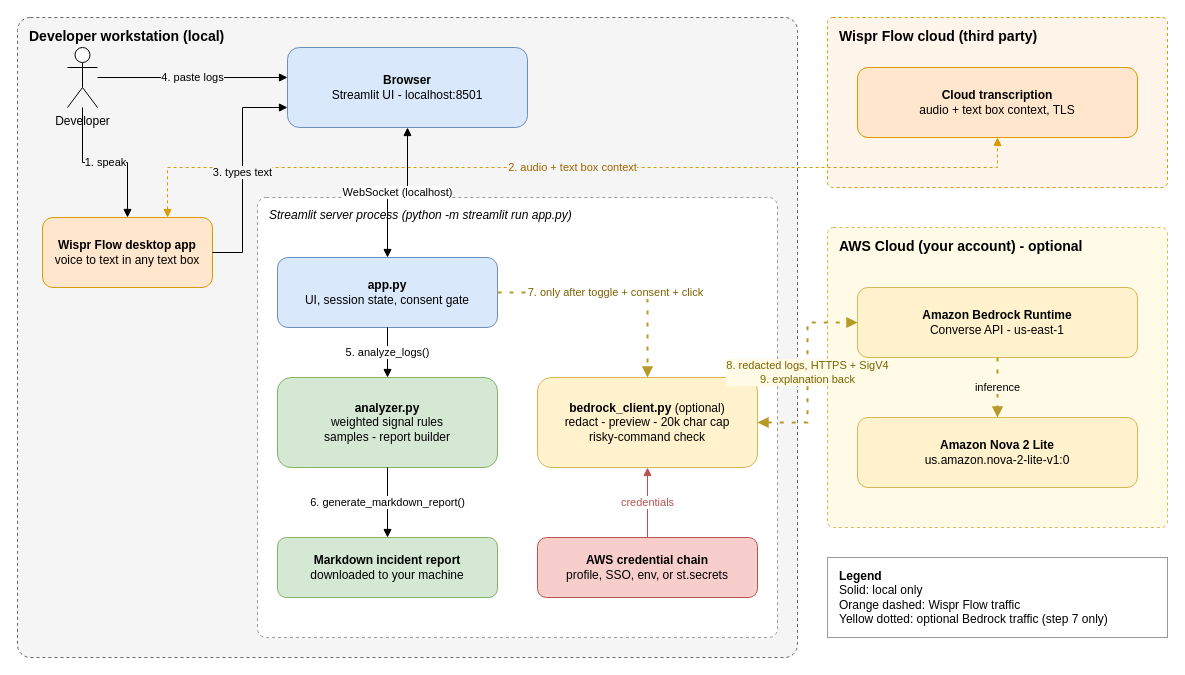
Above: docs/architecture.drawio in dineshrajdhanapathyDD/VoiceOps-AI (draw.io), before the change. Source tidied: cells renumbered, new cells numbered last; positions are measured from the earlier drawing's top-left corner, leaving out a move shared by most shapes. Both pictures are drawn from the tidied source at 100%, with x=0, y=0 at pixel (17, 17).
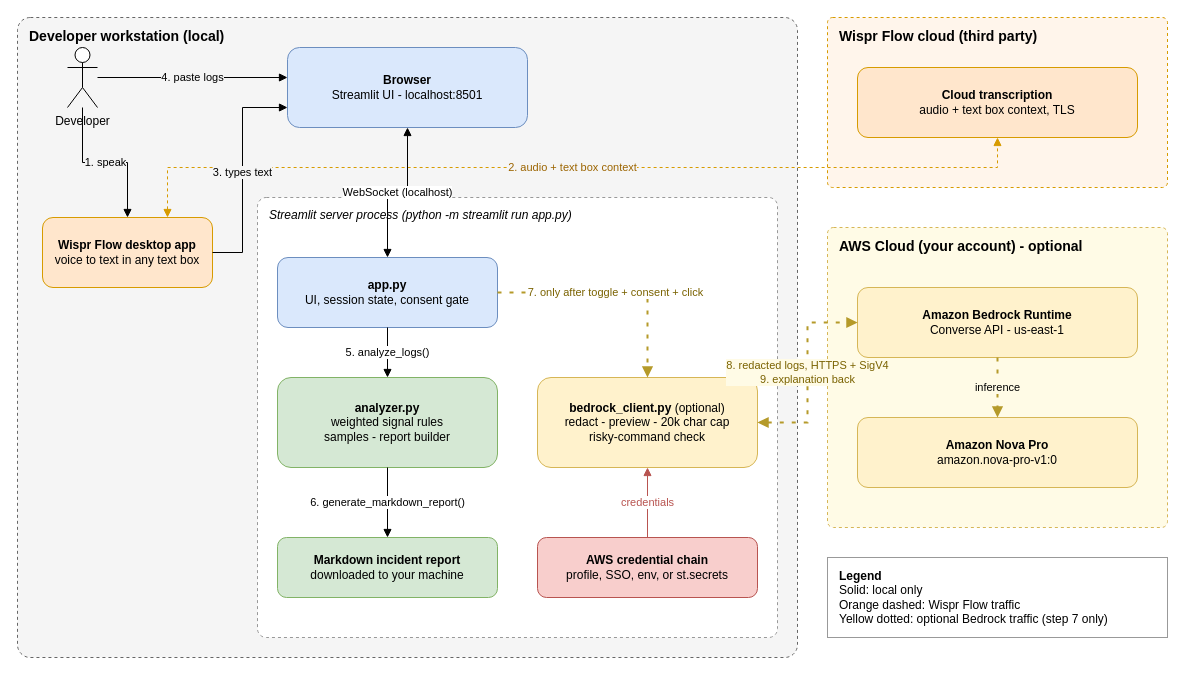
Above is the later version.

What changed in the source:
```diff
@@
-    <mxCell id="16" value="&lt;b&gt;Amazon Nova 2 Lite&lt;/b&gt;&lt;br&gt;us.amazon.nova-2-lite-v1:0" style="rounded=1;whiteSpace=wrap;html=1;fillColor=#fff2cc;strokeColor=#d6b656;" parent="1" vertex="1">
+    <mxCell id="16" value="&lt;b&gt;Amazon Nova Pro&lt;/b&gt;&lt;br&gt;amazon.nova-pro-v1:0" style="rounded=1;whiteSpace=wrap;html=1;fillColor=#fff2cc;strokeColor=#d6b656;" parent="1" vertex="1">
       <mxGeometry x="840" y="400" width="280" height="70" as="geometry" />
     </mxCell>
```
